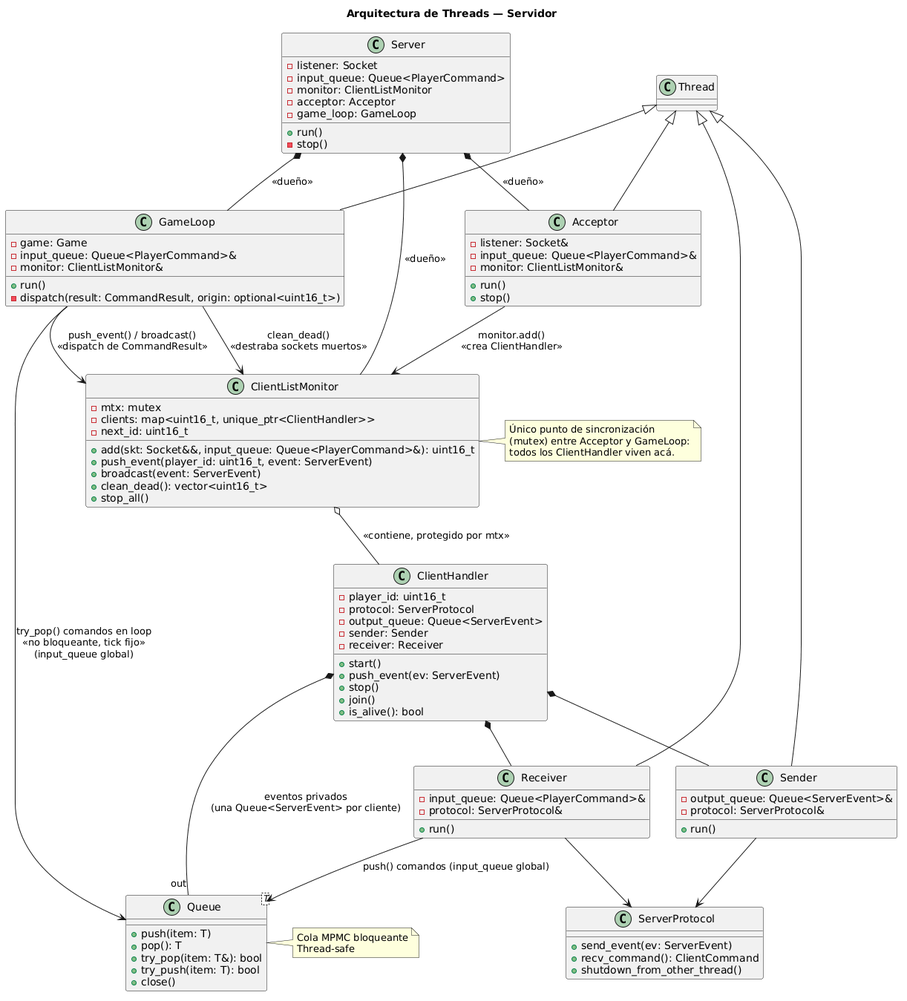
Before: docs/images/server_threads_architecture.png, a diagram exported from PlantUML (MateoGonzalezPautaso/Argentum-MALT).
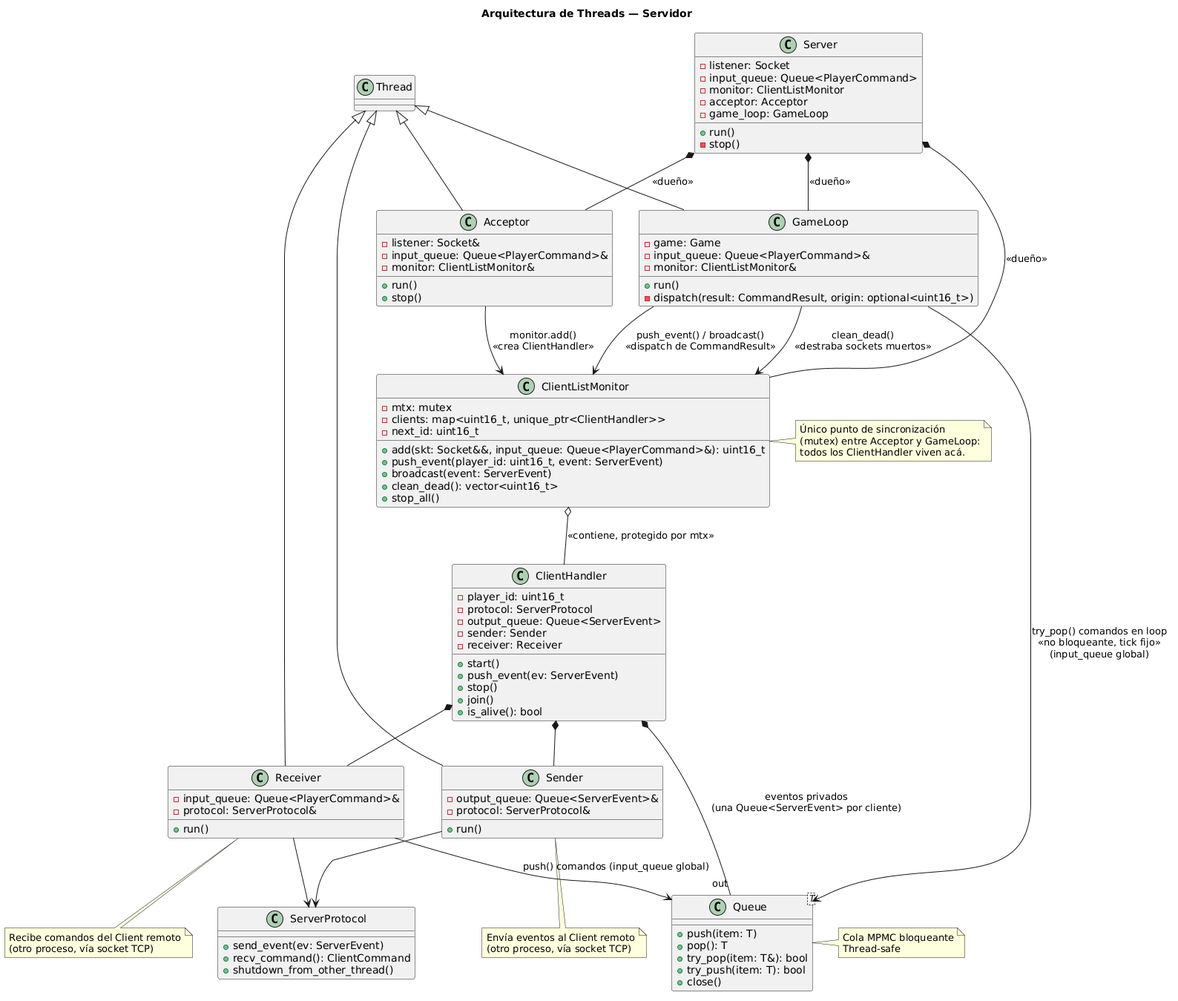
Later version of the same file.

Commit message:
docs: update server architecture

Diff of the diagram source:
```diff
@@ -61,12 +61,20 @@
   - protocol: ServerProtocol&
   + run()
 }
+note bottom of Sender
+  Envía eventos al Client remoto
+  (otro proceso, vía socket TCP)
+end note
 
 class Receiver extends Thread {
   - input_queue: Queue<PlayerCommand>&
   - protocol: ServerProtocol&
   + run()
 }
+note bottom of Receiver
+  Recibe comandos del Client remoto
+  (otro proceso, vía socket TCP)
+end note
 
 class ServerProtocol {
   + send_event(ev: ServerEvent)
```
